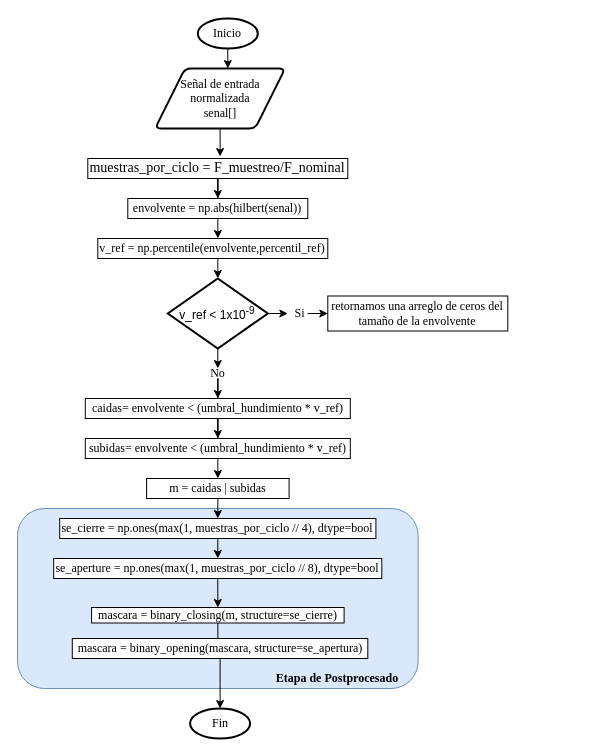
This is Diagramas_Flujo/Diagrama_Flujo_Hilbert.drawio from SGOLDYT/Power-Quality, a draw.io file, before an edit. Source tidied: cells renumbered, new cells numbered last; positions are measured from the earlier drawing's top-left corner, leaving out a move shared by most shapes. Both pictures are drawn from the tidied source at 100%, with x=0, y=0 at pixel (17, 18).
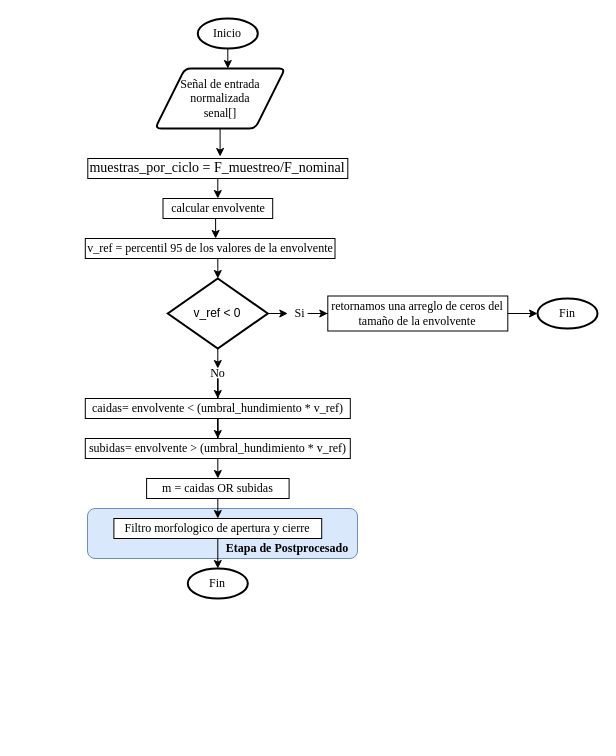
After the change.

Unchanged cells that the change refers to:
```xml
<mxCell id="14" value="&lt;font face=&quot;Times New Roman&quot;&gt;retornamos una arreglo de ceros del tamaño de la envolvente&lt;/font&gt;" style="rounded=0;whiteSpace=wrap;html=1;" parent="1" vertex="1">
  <mxGeometry x="310.3" y="277.5" width="180" height="35" as="geometry" />
</mxCell>
```

Diff of the diagram source:
```diff
@@
     <mxCell id="2" style="rounded=1;whiteSpace=wrap;html=1;fillColor=#dae8fc;strokeColor=#6c8ebf;" parent="1" vertex="1">
-      <mxGeometry y="490" width="400.6" height="180" as="geometry" />
+      <mxGeometry x="70" y="490" width="270" height="50" as="geometry" />
     </mxCell>
-    <mxCell id="3" value="&lt;font face=&quot;Times New Roman&quot;&gt;envolvente = np.abs(hilbert(senal))&lt;/font&gt;" style="rounded=0;whiteSpace=wrap;html=1;" parent="1" vertex="1">
-      <mxGeometry x="110.3" y="180" width="180" height="20" as="geometry" />
+    <mxCell id="3" value="&lt;font face=&quot;Times New Roman&quot;&gt;calcular envolvente&lt;/font&gt;" style="rounded=0;whiteSpace=wrap;html=1;" parent="1" vertex="1">
+      <mxGeometry x="145.5" y="180" width="109.7" height="20" as="geometry" />
     </mxCell>
@@
-    <mxCell id="7" value="&lt;font face=&quot;Times New Roman&quot;&gt;v_ref = np.percentile(envolvente,percentil_ref)&lt;/font&gt;" style="rounded=0;whiteSpace=wrap;html=1;" parent="1" vertex="1">
-      <mxGeometry x="80.3" y="220" width="230" height="20" as="geometry" />
+    <mxCell id="7" value="&lt;font face=&quot;Times New Roman&quot;&gt;v_ref = percentil 95 de los valores de la envolvente&lt;/font&gt;" style="rounded=0;whiteSpace=wrap;html=1;" parent="1" vertex="1">
+      <mxGeometry x="67.8" y="220" width="249.7" height="20" as="geometry" />
     </mxCell>
@@
-    <mxCell id="11" value="v_ref &amp;lt; 1x10&lt;sup&gt;-9&lt;/sup&gt;" style="strokeWidth=2;html=1;shape=mxgraph.flowchart.decision;whiteSpace=wrap;" parent="1" vertex="1">
+    <mxCell id="11" value="v_ref &amp;lt; 0" style="strokeWidth=2;html=1;shape=mxgraph.flowchart.decision;whiteSpace=wrap;" parent="1" vertex="1">
       <mxGeometry x="150.3" y="260" width="100" height="70" as="geometry" />
     </mxCell>
@@
     <mxCell id="19" value="&lt;font face=&quot;Times New Roman&quot;&gt;Fin&lt;/font&gt;" style="strokeWidth=2;html=1;shape=mxgraph.flowchart.start_1;whiteSpace=wrap;" parent="1" vertex="1">
-      <mxGeometry x="172.6" y="690" width="60" height="30" as="geometry" />
+      <mxGeometry x="170.3" y="550" width="60" height="30" as="geometry" />
     </mxCell>
@@
-    <mxCell id="21" value="&lt;font face=&quot;Times New Roman&quot;&gt;subidas= envolvente &amp;lt; (umbral_hundimiento * v_ref)&lt;/font&gt;" style="rounded=0;whiteSpace=wrap;html=1;" parent="1" vertex="1">
+    <mxCell id="21" value="&lt;font face=&quot;Times New Roman&quot;&gt;subidas= envolvente &amp;gt; (umbral_hundimiento * v_ref)&lt;/font&gt;" style="rounded=0;whiteSpace=wrap;html=1;" parent="1" vertex="1">
       <mxGeometry x="67.8" y="420" width="265" height="20" as="geometry" />
     </mxCell>
@@
-    <mxCell id="24" value="&lt;font face=&quot;Times New Roman&quot;&gt;m = caidas | subidas&lt;/font&gt;" style="rounded=0;whiteSpace=wrap;html=1;" parent="1" vertex="1">
+    <mxCell id="24" value="&lt;font face=&quot;Times New Roman&quot;&gt;m = caidas OR subidas&lt;/font&gt;" style="rounded=0;whiteSpace=wrap;html=1;" parent="1" vertex="1">
       <mxGeometry x="129.1" y="460" width="142.5" height="20" as="geometry" />
     </mxCell>
-    <mxCell id="25" style="edgeStyle=orthogonalEdgeStyle;rounded=0;jettySize=auto;html=1;exitX=0.5;exitY=1;exitDx=0;exitDy=0;entryX=0.5;entryY=0;entryDx=0;entryDy=0;" parent="1" edge="1" source="26" target="28">
-      <mxGeometry relative="1" as="geometry" />
-    </mxCell>
-    <mxCell id="26" value="&lt;font face=&quot;Times New Roman&quot;&gt;se_cierre = np.ones(max(1, muestras_por_ciclo // 4), dtype=bool&lt;/font&gt;" style="rounded=0;whiteSpace=wrap;html=1;" parent="1" vertex="1">
-      <mxGeometry x="42.2" y="500" width="316.2" height="20" as="geometry" />
+    <mxCell id="26" value="&lt;font face=&quot;Times New Roman&quot;&gt;Filtro morfologico de apertura y cierre&lt;/font&gt;" style="rounded=0;whiteSpace=wrap;html=1;" parent="1" vertex="1">
+      <mxGeometry x="96.4" y="500" width="207.8" height="20" as="geometry" />
     </mxCell>
-    <mxCell id="27" style="edgeStyle=orthogonalEdgeStyle;rounded=0;jettySize=auto;html=1;exitX=0.5;exitY=1;exitDx=0;exitDy=0;entryX=0.5;entryY=0;entryDx=0;entryDy=0;" parent="1" edge="1" source="28" target="30">
-      <mxGeometry relative="1" as="geometry" />
-    </mxCell>
-    <mxCell id="28" value="&lt;font face=&quot;Times New Roman&quot;&gt;se_aperture = np.ones(max(1, muestras_por_ciclo // 8), dtype=bool&lt;/font&gt;" style="rounded=0;whiteSpace=wrap;html=1;" parent="1" vertex="1">
-      <mxGeometry x="36.2" y="540" width="328.1" height="20" as="geometry" />
-    </mxCell>
-    <mxCell id="29" style="edgeStyle=orthogonalEdgeStyle;rounded=0;jettySize=auto;html=1;exitX=0.5;exitY=1;exitDx=0;exitDy=0;" parent="1" edge="1" source="30" target="31">
-      <mxGeometry relative="1" as="geometry" />
-    </mxCell>
-    <mxCell id="30" value="&lt;font face=&quot;Times New Roman&quot;&gt;mascara = binary_closing(m, structure=se_cierre)&lt;/font&gt;" style="rounded=0;whiteSpace=wrap;html=1;" parent="1" vertex="1">
-      <mxGeometry x="74.1" y="589" width="252.5" height="15.5" as="geometry" />
-    </mxCell>
-    <mxCell id="31" value="&lt;font face=&quot;Times New Roman&quot;&gt;mascara = binary_opening(mascara, structure=se_apertura)&lt;/font&gt;" style="rounded=0;whiteSpace=wrap;html=1;" parent="1" vertex="1">
-      <mxGeometry x="54.8" y="620" width="295.5" height="20" as="geometry" />
-    </mxCell>
-    <mxCell id="32" style="edgeStyle=orthogonalEdgeStyle;rounded=0;jettySize=auto;html=1;entryX=0.5;entryY=0;entryDx=0;entryDy=0;entryPerimeter=0;" parent="1" edge="1" source="31" target="19">
-      <mxGeometry relative="1" as="geometry" />
-    </mxCell>
     <mxCell id="33" value="&lt;font face=&quot;Times New Roman&quot;&gt;&lt;b&gt;Etapa de Postprocesado&lt;/b&gt;&lt;/font&gt;" style="text;html=1;align=center;verticalAlign=middle;whiteSpace=wrap;rounded=0;" parent="1" vertex="1">
-      <mxGeometry x="250.3" y="650" width="140" height="20" as="geometry" />
+      <mxGeometry x="200" y="520" width="140" height="20" as="geometry" />
     </mxCell>
@@
+    <mxCell id="38" style="edgeStyle=orthogonalEdgeStyle;rounded=0;jettySize=auto;html=1;exitX=0.5;exitY=1;exitDx=0;exitDy=0;entryX=0.5;entryY=0;entryDx=0;entryDy=0;entryPerimeter=0;" parent="1" edge="1" source="26" target="19">
+      <mxGeometry relative="1" as="geometry" />
+    </mxCell>
+    <mxCell id="39" value="&lt;font face=&quot;Times New Roman&quot;&gt;Fin&lt;/font&gt;" style="strokeWidth=2;html=1;shape=mxgraph.flowchart.start_1;whiteSpace=wrap;" parent="1" vertex="1">
+      <mxGeometry x="520" y="280" width="60" height="30" as="geometry" />
+    </mxCell>
+    <mxCell id="40" style="edgeStyle=orthogonalEdgeStyle;rounded=0;jettySize=auto;html=1;entryX=0;entryY=0.5;entryDx=0;entryDy=0;entryPerimeter=0;" parent="1" edge="1" source="14" target="39">
+      <mxGeometry relative="1" as="geometry" />
+    </mxCell>
```
